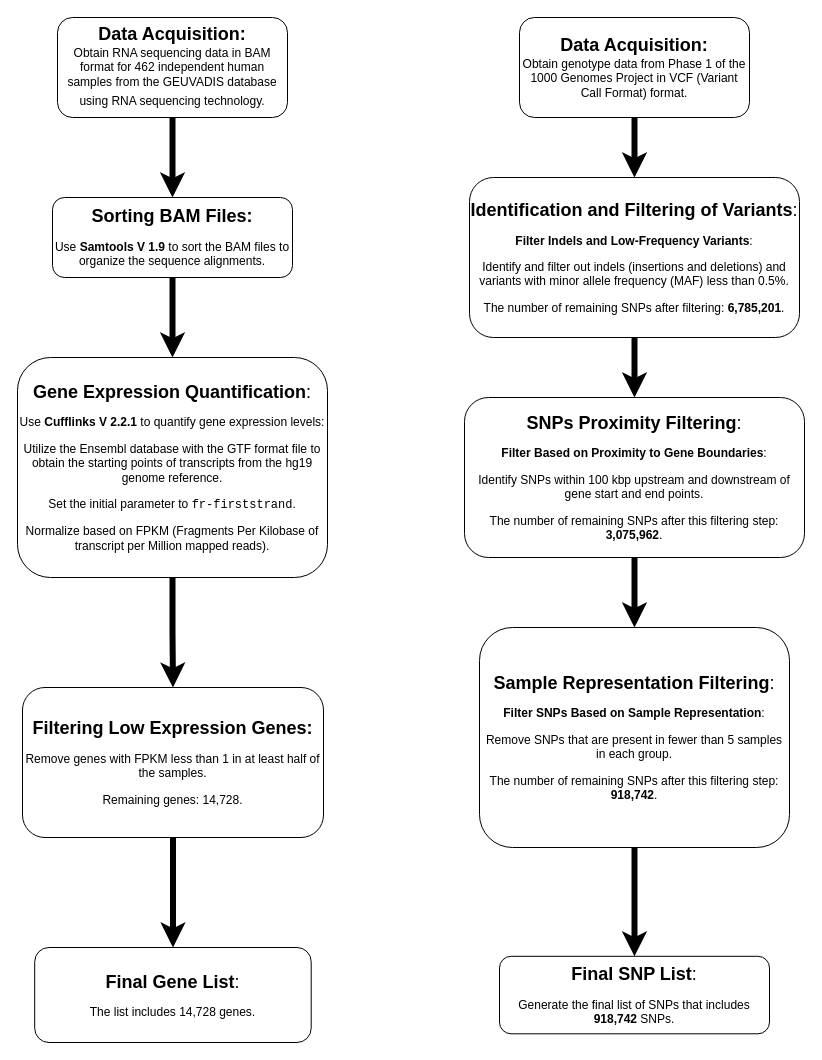
The draw.io diagram Figures/Untitled Diagram.drawio in mahshid1373/LLM_APIs, before the edit. Source tidied: cells renumbered, new cells numbered last; positions are measured from the earlier drawing's top-left corner, leaving out a move shared by most shapes. Both pictures are drawn from the tidied source at 100%, with x=0, y=0 at pixel (17, 17).
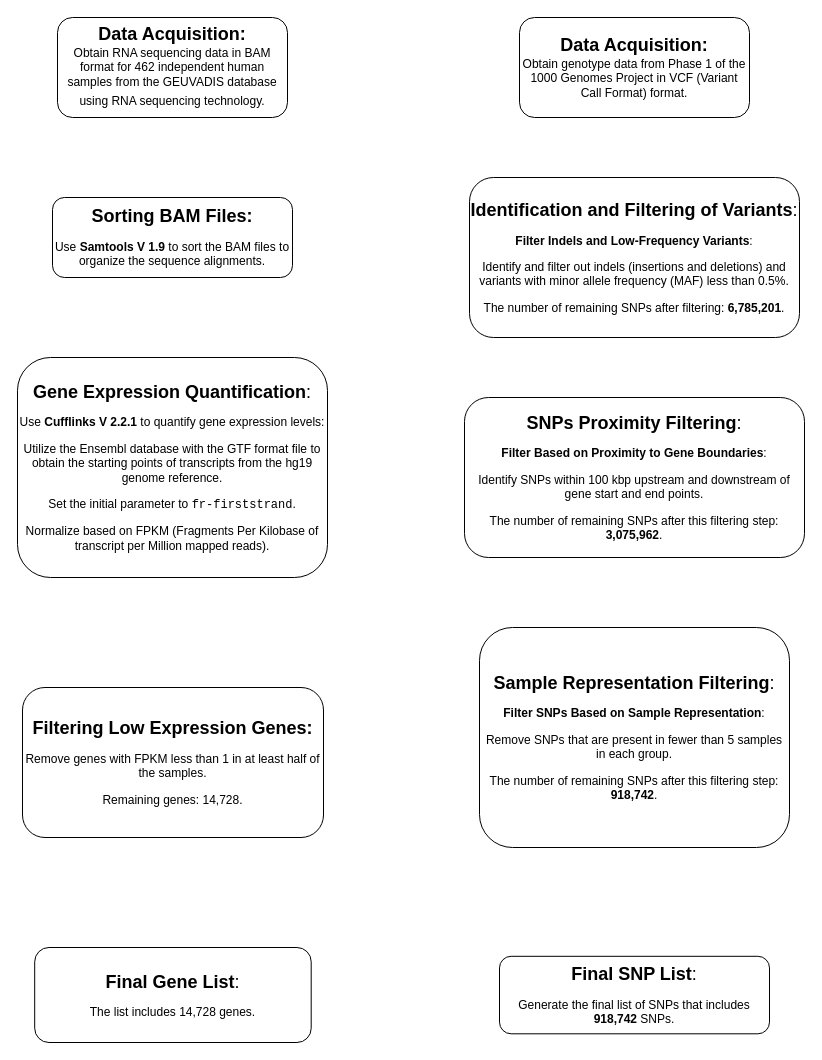
The same diagram, later.

Change to the diagram source:
```diff
@@
 <mxGraphModel>
   <root>
     <mxCell id="0" />
     <mxCell id="1" parent="0" />
-    <mxCell id="2" style="edgeStyle=orthogonalEdgeStyle;rounded=0;jettySize=auto;html=1;strokeWidth=6;" parent="1" edge="1" source="3" target="5">
+    <mxCell id="2" style="edgeStyle=orthogonalEdgeStyle;rounded=0;jettySize=auto;html=1;strokeWidth=6;strokeColor=#FFFFFF;" parent="1" edge="1" source="3" target="5">
       <mxGeometry relative="1" as="geometry" />
     </mxCell>
     <mxCell id="3" value="&lt;b&gt;&lt;font style=&quot;font-size: 18px;&quot;&gt;Data Acquisition:&lt;/font&gt;&lt;/b&gt;&lt;div&gt;Obtain RNA sequencing data in BAM format for 462 independent human samples from the GEUVADIS database using RNA sequencing technology.&lt;b&gt;&lt;font style=&quot;font-size: 18px;&quot;&gt;&lt;br&gt;&lt;/font&gt;&lt;/b&gt;&lt;/div&gt;" style="rounded=1;whiteSpace=wrap;html=1;fontSize=12;glass=0;strokeWidth=1;shadow=0;" parent="1" vertex="1">
       <mxGeometry x="40" width="230" height="100" as="geometry" />
     </mxCell>
-    <mxCell id="4" style="edgeStyle=orthogonalEdgeStyle;rounded=0;jettySize=auto;html=1;strokeWidth=6;" parent="1" edge="1" source="5" target="7">
+    <mxCell id="4" style="edgeStyle=orthogonalEdgeStyle;rounded=0;jettySize=auto;html=1;strokeWidth=6;strokeColor=#FFFFFF;" parent="1" edge="1" source="5" target="7">
       <mxGeometry relative="1" as="geometry" />
     </mxCell>
     <mxCell id="5" value="&lt;p&gt;&lt;b&gt;&lt;font style=&quot;font-size: 18px;&quot;&gt;Sorting BAM Files:&lt;/font&gt;&lt;/b&gt;&lt;/p&gt;&lt;p&gt;&lt;span style=&quot;background-color: initial;&quot;&gt;Use &lt;/span&gt;&lt;strong style=&quot;background-color: initial;&quot;&gt;Samtools V 1.9&lt;/strong&gt;&lt;span style=&quot;background-color: initial;&quot;&gt; to sort the BAM files to organize the sequence alignments.&lt;/span&gt;&lt;/p&gt;" style="rounded=1;whiteSpace=wrap;html=1;glass=0;strokeWidth=1;shadow=0;" parent="1" vertex="1">
       <mxGeometry x="35" y="180" width="240" height="80" as="geometry" />
     </mxCell>
-    <mxCell id="6" style="edgeStyle=orthogonalEdgeStyle;rounded=0;jettySize=auto;html=1;strokeWidth=6;" parent="1" edge="1" source="7" target="9">
+    <mxCell id="6" style="edgeStyle=orthogonalEdgeStyle;rounded=0;jettySize=auto;html=1;strokeWidth=6;strokeColor=#FFFFFF;" parent="1" edge="1" source="7" target="9">
       <mxGeometry relative="1" as="geometry" />
     </mxCell>
     <mxCell id="7" value="&lt;p&gt;&lt;font style=&quot;font-size: 18px;&quot;&gt;&lt;strong&gt;Gene Expression Quantification&lt;/strong&gt;:&lt;/font&gt;&lt;/p&gt;&lt;p&gt;&lt;span style=&quot;background-color: initial;&quot;&gt;Use &lt;/span&gt;&lt;strong style=&quot;background-color: initial;&quot;&gt;Cufflinks V 2.2.1&lt;/strong&gt;&lt;span style=&quot;background-color: initial;&quot;&gt; to quantify gene expression levels:&lt;/span&gt;&lt;/p&gt;&lt;p&gt;&lt;span style=&quot;background-color: initial;&quot;&gt;Utilize the Ensembl database with the GTF format file to obtain the starting points of transcripts from the hg19 genome reference.&lt;/span&gt;&lt;/p&gt;&lt;p&gt;&lt;span style=&quot;background-color: initial;&quot;&gt;Set the initial parameter to &lt;/span&gt;&lt;code style=&quot;background-color: initial;&quot;&gt;fr-firststrand&lt;/code&gt;&lt;span style=&quot;background-color: initial;&quot;&gt;.&lt;/span&gt;&lt;/p&gt;&lt;p&gt;&lt;span style=&quot;background-color: initial;&quot;&gt;Normalize based on FPKM (Fragments Per Kilobase of transcript per Million mapped reads).&lt;/span&gt;&lt;/p&gt;" style="rounded=1;whiteSpace=wrap;html=1;glass=0;strokeWidth=1;shadow=0;" parent="1" vertex="1">
       <mxGeometry y="340" width="310" height="220" as="geometry" />
     </mxCell>
-    <mxCell id="8" style="edgeStyle=orthogonalEdgeStyle;rounded=0;jettySize=auto;html=1;strokeWidth=6;" parent="1" edge="1" source="9" target="10">
+    <mxCell id="8" style="edgeStyle=orthogonalEdgeStyle;rounded=0;jettySize=auto;html=1;strokeWidth=6;strokeColor=#FFFFFF;" parent="1" edge="1" source="9" target="10">
       <mxGeometry relative="1" as="geometry" />
     </mxCell>
     <mxCell id="9" value="&lt;p&gt;&lt;b&gt;&lt;font style=&quot;font-size: 18px;&quot;&gt;Filtering Low Expression Genes:&lt;/font&gt;&lt;/b&gt;&lt;/p&gt;&lt;p&gt;&lt;span style=&quot;background-color: initial;&quot;&gt;Remove genes with FPKM less than 1 in at least half of the samples.&lt;/span&gt;&lt;/p&gt;&lt;p&gt;&lt;span style=&quot;background-color: initial;&quot;&gt;Remaining genes: 14,728.&lt;/span&gt;&lt;/p&gt;" style="rounded=1;whiteSpace=wrap;html=1;glass=0;strokeWidth=1;shadow=0;" parent="1" vertex="1">
       <mxGeometry x="5" y="670" width="301" height="150" as="geometry" />
     </mxCell>
     <mxCell id="10" value="&lt;p&gt;&lt;font style=&quot;font-size: 18px;&quot;&gt;&lt;strong&gt;Final Gene List&lt;/strong&gt;:&lt;/font&gt;&lt;/p&gt;&lt;p&gt;&lt;span style=&quot;background-color: initial;&quot;&gt;The list includes 14,728 genes.&lt;/span&gt;&lt;/p&gt;" style="rounded=1;whiteSpace=wrap;html=1;glass=0;strokeWidth=1;shadow=0;" parent="1" vertex="1">
       <mxGeometry x="17.2" y="930" width="276.5" height="95" as="geometry" />
     </mxCell>
-    <mxCell id="11" style="edgeStyle=orthogonalEdgeStyle;rounded=0;jettySize=auto;html=1;strokeWidth=6;" parent="1" edge="1" source="12" target="14">
+    <mxCell id="11" style="edgeStyle=orthogonalEdgeStyle;rounded=0;jettySize=auto;html=1;strokeWidth=6;strokeColor=#FFFFFF;" parent="1" edge="1" source="12" target="14">
       <mxGeometry relative="1" as="geometry" />
     </mxCell>
     <mxCell id="12" value="&lt;b&gt;&lt;font style=&quot;font-size: 18px;&quot;&gt;Data Acquisition:&lt;/font&gt;&lt;/b&gt;&lt;div&gt;&lt;div&gt;&lt;span style=&quot;background-color: initial;&quot;&gt;Obtain genotype data from Phase 1 of the 1000 Genomes Project in VCF (Variant Call Format) format.&lt;/span&gt;&lt;/div&gt;&lt;/div&gt;" style="rounded=1;whiteSpace=wrap;html=1;fontSize=12;glass=0;strokeWidth=1;shadow=0;" parent="1" vertex="1">
       <mxGeometry x="502" width="230" height="100" as="geometry" />
     </mxCell>
-    <mxCell id="13" style="edgeStyle=orthogonalEdgeStyle;rounded=0;jettySize=auto;html=1;strokeWidth=6;" parent="1" edge="1" source="14" target="16">
+    <mxCell id="13" style="edgeStyle=orthogonalEdgeStyle;rounded=0;jettySize=auto;html=1;strokeWidth=6;strokeColor=#FFFFFF;" parent="1" edge="1" source="14" target="16">
       <mxGeometry relative="1" as="geometry" />
     </mxCell>
     <mxCell id="14" value="&lt;p&gt;&lt;font style=&quot;font-size: 18px;&quot;&gt;&lt;strong&gt;Identification and Filtering of Variants&lt;/strong&gt;:&lt;/font&gt;&lt;/p&gt;&lt;p&gt;&lt;strong style=&quot;background-color: initial;&quot;&gt;Filter Indels and Low-Frequency Variants&lt;/strong&gt;&lt;span style=&quot;background-color: initial;&quot;&gt;:&lt;/span&gt;&lt;/p&gt;&lt;p&gt;&lt;span style=&quot;background-color: initial;&quot;&gt;Identify and filter out indels (insertions and deletions) and variants with minor allele frequency (MAF) less than 0.5%.&lt;/span&gt;&lt;/p&gt;&lt;p&gt;&lt;span style=&quot;background-color: initial;&quot;&gt;The number of remaining SNPs after filtering: &lt;/span&gt;&lt;strong style=&quot;background-color: initial;&quot;&gt;6,785,201&lt;/strong&gt;&lt;span style=&quot;background-color: initial;&quot;&gt;.&lt;/span&gt;&lt;/p&gt;" style="rounded=1;whiteSpace=wrap;html=1;glass=0;strokeWidth=1;shadow=0;" parent="1" vertex="1">
       <mxGeometry x="452" y="160" width="330" height="160" as="geometry" />
     </mxCell>
-    <mxCell id="15" style="edgeStyle=orthogonalEdgeStyle;rounded=0;jettySize=auto;html=1;strokeWidth=6;" parent="1" edge="1" source="16" target="18">
+    <mxCell id="15" style="edgeStyle=orthogonalEdgeStyle;rounded=0;jettySize=auto;html=1;strokeWidth=6;strokeColor=#FFFFFF;" parent="1" edge="1" source="16" target="18">
       <mxGeometry relative="1" as="geometry" />
     </mxCell>
     <mxCell id="16" value="&lt;p&gt;&lt;font style=&quot;font-size: 18px;&quot;&gt;&lt;strong&gt;SNPs Proximity Filtering&lt;/strong&gt;:&lt;/font&gt;&lt;/p&gt;&lt;p&gt;&lt;strong style=&quot;background-color: initial;&quot;&gt;Filter Based on Proximity to Gene Boundaries&lt;/strong&gt;&lt;span style=&quot;background-color: initial;&quot;&gt;:&lt;/span&gt;&lt;/p&gt;&lt;p&gt;&lt;span style=&quot;background-color: initial;&quot;&gt;Identify SNPs within 100 kbp upstream and downstream of gene start and end points.&lt;/span&gt;&lt;/p&gt;&lt;p&gt;&lt;span style=&quot;background-color: initial;&quot;&gt;The number of remaining SNPs after this filtering step: &lt;/span&gt;&lt;strong style=&quot;background-color: initial;&quot;&gt;3,075,962&lt;/strong&gt;&lt;span style=&quot;background-color: initial;&quot;&gt;.&lt;/span&gt;&lt;/p&gt;" style="rounded=1;whiteSpace=wrap;html=1;glass=0;strokeWidth=1;shadow=0;" parent="1" vertex="1">
       <mxGeometry x="447" y="380" width="340" height="160" as="geometry" />
     </mxCell>
-    <mxCell id="17" style="edgeStyle=orthogonalEdgeStyle;rounded=0;jettySize=auto;html=1;strokeWidth=6;" parent="1" edge="1" source="18" target="19">
+    <mxCell id="17" style="edgeStyle=orthogonalEdgeStyle;rounded=0;jettySize=auto;html=1;strokeWidth=6;strokeColor=#FFFFFF;" parent="1" edge="1" source="18" target="19">
       <mxGeometry relative="1" as="geometry" />
     </mxCell>
     <mxCell id="18" value="&lt;p&gt;&lt;font style=&quot;font-size: 18px;&quot;&gt;&lt;strong&gt;Sample Representation Filtering&lt;/strong&gt;:&lt;/font&gt;&lt;/p&gt;&lt;p&gt;&lt;strong style=&quot;background-color: initial;&quot;&gt;Filter SNPs Based on Sample Representation&lt;/strong&gt;&lt;span style=&quot;background-color: initial;&quot;&gt;:&lt;/span&gt;&lt;/p&gt;&lt;p&gt;&lt;span style=&quot;background-color: initial;&quot;&gt;Remove SNPs that are present in fewer than 5 samples in each group.&lt;/span&gt;&lt;/p&gt;&lt;p&gt;&lt;span style=&quot;background-color: initial;&quot;&gt;The number of remaining SNPs after this filtering step: &lt;/span&gt;&lt;strong style=&quot;background-color: initial;&quot;&gt;918,742&lt;/strong&gt;&lt;span style=&quot;background-color: initial;&quot;&gt;.&lt;/span&gt;&lt;/p&gt;" style="rounded=1;whiteSpace=wrap;html=1;glass=0;strokeWidth=1;shadow=0;" parent="1" vertex="1">
       <mxGeometry x="462" y="610" width="310" height="220" as="geometry" />
     </mxCell>
     <mxCell id="19" value="&lt;p&gt;&lt;font style=&quot;font-size: 18px;&quot;&gt;&lt;strong&gt;Final SNP List&lt;/strong&gt;:&lt;/font&gt;&lt;/p&gt;&lt;p&gt;&lt;span style=&quot;background-color: initial;&quot;&gt;Generate the final list of SNPs that includes &lt;/span&gt;&lt;strong style=&quot;background-color: initial;&quot;&gt;918,742&lt;/strong&gt;&lt;span style=&quot;background-color: initial;&quot;&gt; SNPs.&lt;/span&gt;&lt;/p&gt;" style="rounded=1;whiteSpace=wrap;html=1;glass=0;strokeWidth=1;shadow=0;" parent="1" vertex="1">
       <mxGeometry x="482" y="938.8" width="270" height="77.5" as="geometry" />
     </mxCell>
   </root>
 </mxGraphModel>
```
